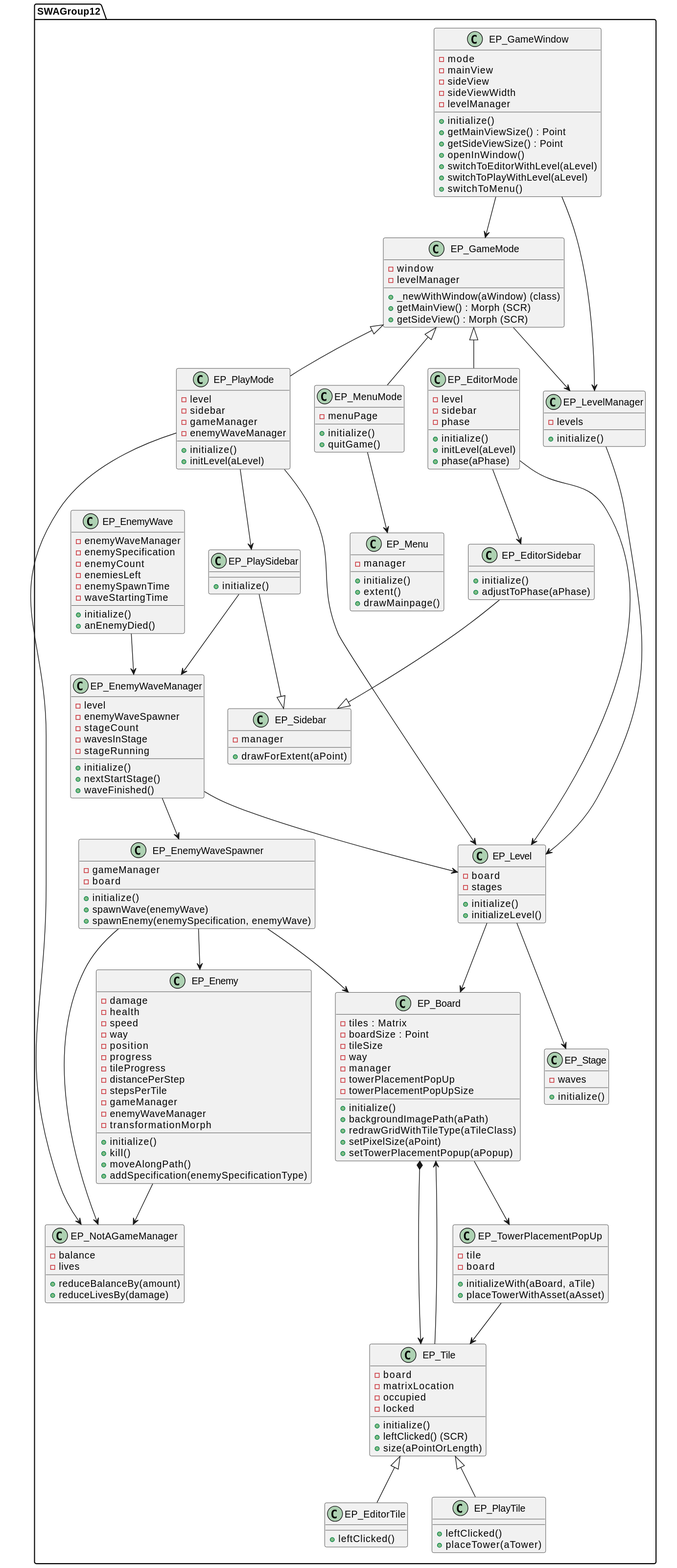
This is out/diagram/diagram.svg from tobiashornbogen/swa_misc, a PlantUML export, as it was before one commit.
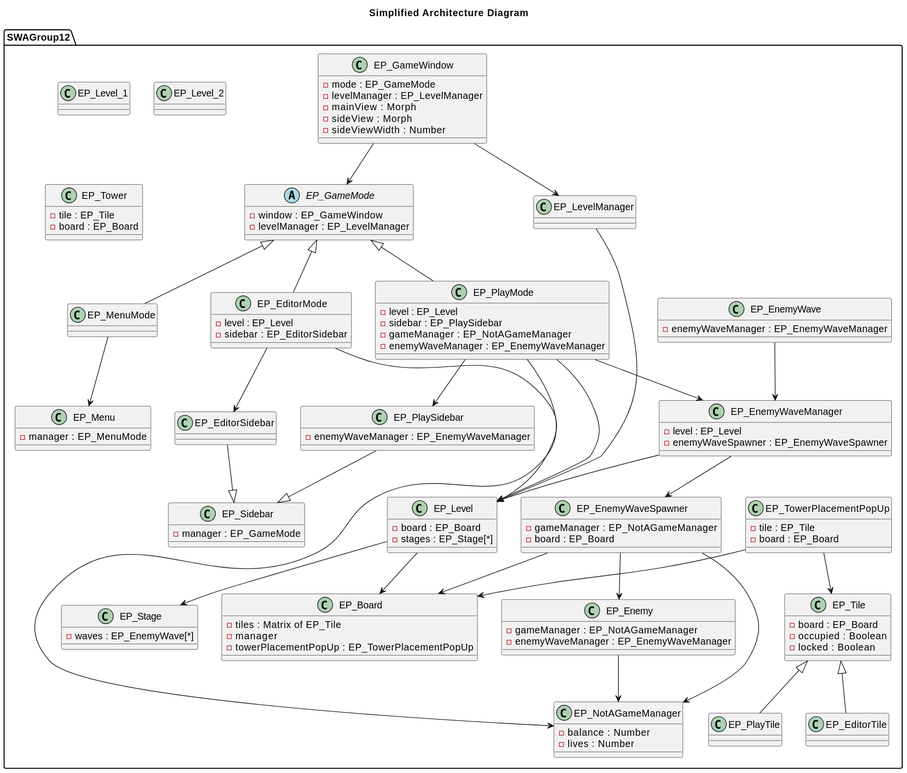
The same diagram one commit later.

Diff of the diagram source:
```diff
@@ -1,232 +1,150 @@
 @startuml
+title Simplified Architecture Diagram
+
 package SWAGroup12 {
 
+    class EP_GameWindow {
+        -mode : EP_GameMode
+        -levelManager : EP_LevelManager
+        -mainView : Morph
+        -sideView : Morph
+        -sideViewWidth : Number
+    }
+
+    abstract class EP_GameMode {
+        -window : EP_GameWindow
+        -levelManager : EP_LevelManager
+    }
+
+    class EP_MenuMode {
+    }
+
+    class EP_EditorMode {
+        -level : EP_Level
+        -sidebar : EP_EditorSidebar
+    }
+
+    class EP_PlayMode {
+        -level : EP_Level
+        -sidebar : EP_PlaySidebar
+        -gameManager : EP_NotAGameManager
+        -enemyWaveManager : EP_EnemyWaveManager
+    }
+
+    EP_GameMode <|-- EP_MenuMode
+    EP_GameMode <|-- EP_EditorMode
+    EP_GameMode <|-- EP_PlayMode
+
+    EP_GameWindow --> EP_GameMode
+    EP_GameWindow --> EP_LevelManager
+
+    class EP_Level {
+        -board : EP_Board
+        -stages : EP_Stage[*]
+    }
+
+    class EP_Level_1 {}
+    class EP_Level_2 {}
+
+    EP_LevelManager --> EP_Level
 
     class EP_Board {
-        -tiles : Matrix
-        -boardSize : Point
-        -tileSize
-        -way
+        -tiles : Matrix of EP_Tile
         -manager
-        -towerPlacementPopUp
-        -towerPlacementPopUpSize
-        +initialize()
-        +backgroundImagePath(aPath)
-        +redrawGridWithTileType(aTileClass)
-        +setPixelSize(aPoint)
-        +setTowerPlacementPopup(aPopup)
+        -towerPlacementPopUp : EP_TowerPlacementPopUp
     }
 
     class EP_Tile {
-        -board
-        -matrixLocation
-        -occupied
-        -locked
-        +initialize()
-        +leftClicked() (SCR)
-        +size(aPointOrLength)
+        -board : EP_Board
+        -occupied : Boolean
+        -locked : Boolean
     }
 
-    class EP_EditorTile {
-        +leftClicked()
-    }
-    class EP_PlayTile {
-        +leftClicked()
-        +placeTower(aTower)
-    }
+    class EP_EditorTile {}
+    class EP_PlayTile {}
 
-    class EP_Enemy {
-        -damage
-        -health
-        -speed
-        -way
-        -position
-        -progress
-        -tileProgress
-        -distancePerStep
-        -stepsPerTile
-        -gameManager
-        -enemyWaveManager
-        -transformationMorph
-        +initialize()
-        +kill()
-        +moveAlongPath()
-        +addSpecification(enemySpecificationType)
-    }
-
-    class EP_EnemyWaveSpawner {
-        -gameManager
-        -board
-        +initialize()
-        +spawnWave(enemyWave)
-        +spawnEnemy(enemySpecification, enemyWave)
-    }
-
-    class EP_EnemyWave {
-        -enemyWaveManager
-        -enemySpecification
-        -enemyCount
-        -enemiesLeft
-        -enemySpawnTime
-        -waveStartingTime
-        +initialize()
-        +anEnemyDied()
-    }
-
-    class EP_EnemyWaveManager {
-        -level
-        -enemyWaveSpawner
-        -stageCount
-        -wavesInStage
-        -stageRunning
-        +initialize()
-        +nextStartStage()
-        +waveFinished()
-    }
-
-    class EP_Stage {
-        -waves
-        +initialize()
-    }
-
-    class EP_TowerPlacementPopUp {
-        -tile
-        -board
-        +initializeWith(aBoard, aTile)
-        +placeTowerWithAsset(aAsset)
-    }
-
-    class EP_GameMode {
-        -window
-        -levelManager
-        +_newWithWindow(aWindow) (class)
-        +getMainView() : Morph (SCR)
-        +getSideView() : Morph (SCR)
-    }
-
-    class EP_MenuMode {
-        -menuPage
-        +initialize()
-        +quitGame()
-    }
-
-    class EP_PlayMode {
-        -level
-        -sidebar
-        -gameManager
-        -enemyWaveManager
-        +initialize()
-        +initLevel(aLevel)
-    }
-
-    class EP_EditorMode {
-        -level
-        -sidebar
-        -phase
-        +initialize()
-        +initLevel(aLevel)
-        +phase(aPhase)
-    }
-
-    class EP_Sidebar {
-        -manager
-        +drawForExtent(aPoint)
-    }
-
-    class EP_EditorSidebar {
-        +initialize()
-        +adjustToPhase(aPhase)
-    }
-
-    class EP_PlaySidebar {
-        +initialize()
-    }
-
-    class EP_GameWindow {
-        -mode
-        -mainView
-        -sideView
-        -sideViewWidth
-        -levelManager
-        +initialize()
-        +getMainViewSize() : Point
-        +getSideViewSize() : Point
-        +openInWindow()
-        +switchToEditorWithLevel(aLevel)
-        +switchToPlayWithLevel(aLevel)
-        +switchToMenu()
-    }
-
-    class EP_Menu {
-        -manager
-        +initialize()
-        +extent()
-        +drawMainpage()
-    }
-
-    class EP_NotAGameManager {
-        -balance
-        -lives
-        +reduceBalanceBy(amount)
-        +reduceLivesBy(damage)
-    }
-
-    class EP_Level {
-        -board
-        -stages
-        +initialize()
-        +initializeLevel()
-    }
-
-    class EP_LevelManager {
-        -levels
-        +initialize()
-    }
-
-    EP_LevelManager --> EP_Level
+    EP_Tile <|-- EP_EditorTile
+    EP_Tile <|-- EP_PlayTile
 
     EP_Level --> EP_Board
     EP_Level --> EP_Stage
 
-    EP_Enemy --> EP_NotAGameManager
+    class EP_Stage {
+        -waves : EP_EnemyWave[*]
+    }
 
+    class EP_Enemy {
+        -gameManager : EP_NotAGameManager
+        -enemyWaveManager : EP_EnemyWaveManager
+    }
+
+    class EP_EnemyWave {
+        -enemyWaveManager : EP_EnemyWaveManager
+    }
+
+    class EP_EnemyWaveSpawner {
+        -gameManager : EP_NotAGameManager
+        -board : EP_Board
+    }
+
+    class EP_EnemyWaveManager {
+        -level : EP_Level
+        -enemyWaveSpawner : EP_EnemyWaveSpawner
+    }
+
+    EP_EnemyWaveManager --> EP_EnemyWaveSpawner
+    EP_EnemyWaveManager --> EP_Level
     EP_EnemyWaveSpawner --> EP_Board
     EP_EnemyWaveSpawner --> EP_NotAGameManager
     EP_EnemyWaveSpawner --> EP_Enemy
 
-    EP_EnemyWaveManager --> EP_EnemyWaveSpawner
-    EP_EnemyWaveManager --> EP_Level
+    EP_EnemyWave --> EP_EnemyWaveManager
+    EP_Enemy --> EP_NotAGameManager
 
-    EP_EnemyWave --> EP_EnemyWaveManager
+    class EP_Tower {
+        -tile : EP_Tile
+        -board : EP_Board
+    }
 
-    EP_GameWindow --> EP_GameMode
-    EP_GameWindow --> EP_LevelManager
+    class EP_TowerPlacementPopUp {
+        -tile : EP_Tile
+        -board : EP_Board
+    }
 
-    EP_Board *--> EP_Tile
-    EP_Board --> EP_TowerPlacementPopUp
+    EP_TowerPlacementPopUp --> EP_Tile
+    EP_TowerPlacementPopUp --> EP_Board
 
-    EP_GameMode --> EP_LevelManager
-    EP_GameMode <|-- EP_MenuMode
-    EP_GameMode <|-- EP_EditorMode
-    EP_GameMode <|-- EP_PlayMode
+    class EP_Sidebar {
+        -manager : EP_GameMode
+    }
+
+    class EP_EditorSidebar {}
+    class EP_PlaySidebar {
+        -enemyWaveManager : EP_EnemyWaveManager
+    }
+
+    EP_EditorSidebar --|> EP_Sidebar
+    EP_PlaySidebar --|> EP_Sidebar
+
+    class EP_Menu {
+        -manager : EP_MenuMode
+    }
 
     EP_MenuMode --> EP_Menu
+
+    class EP_NotAGameManager {
+        -balance : Number
+        -lives : Number
+    }
+
+    EP_PlayMode --> EP_EnemyWaveManager
+    EP_PlayMode --> EP_NotAGameManager
+
+    EP_EditorMode --> EP_Level
+    EP_EditorMode --> EP_EditorSidebar
 
     EP_PlayMode --> EP_Level
     EP_PlayMode --> EP_PlaySidebar
 
-    EP_EditorMode --> EP_Level
-    EP_EditorMode --> EP_EditorSidebar
-
-    EP_PlayMode --> EP_NotAGameManager
-    EP_TowerPlacementPopUp --> EP_Tile
-
-    EP_Tile --> EP_Board
-    EP_Tile <|-- EP_PlayTile
-    EP_Tile <|-- EP_EditorTile
-
-    EP_EditorSidebar --|> EP_Sidebar
-    EP_PlaySidebar --|> EP_Sidebar
-    EP_PlaySidebar --> EP_EnemyWaveManager
 }
 @enduml
```
